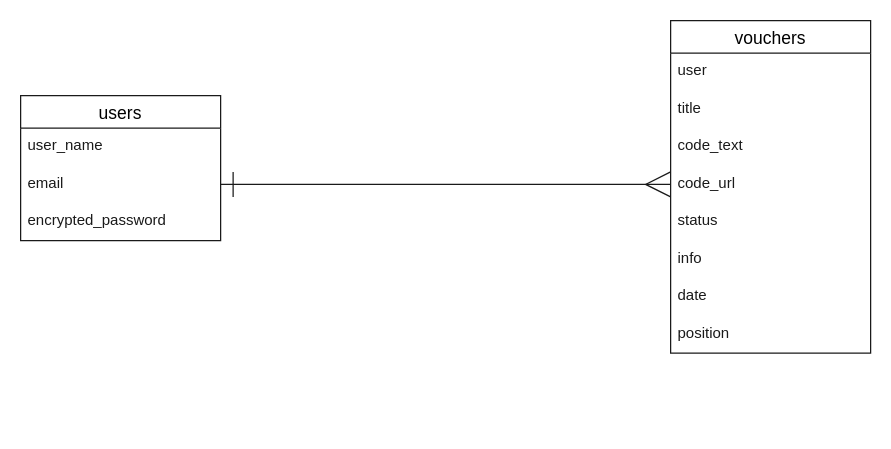
Above: OTOQS_ER.dio in DaiC-S/otoqs (draw.io), before the change. Source tidied: cells renumbered, new cells numbered last; positions are measured from the earlier drawing's top-left corner, leaving out a move shared by most shapes. Both pictures are drawn from the tidied source at 125%, with x=0, y=0 at pixel (20, 20).
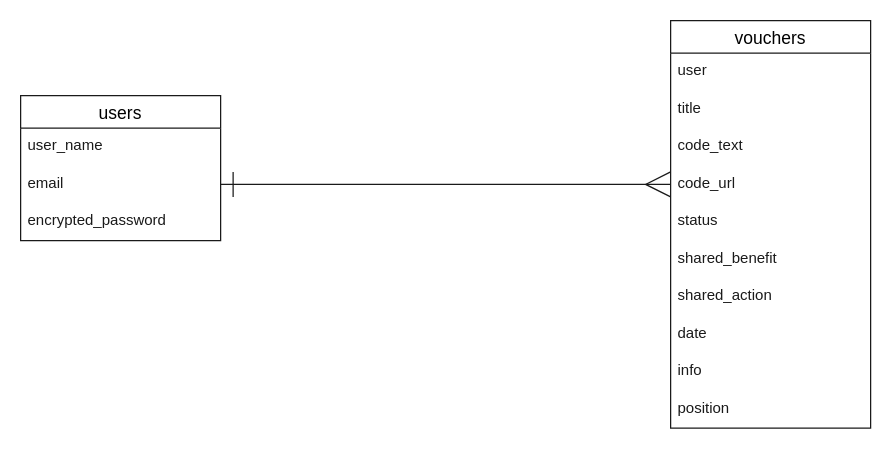
The same page after the edit.

Change to the diagram source:
```diff
@@
 <mxGraphModel background="#ffffff">
   <root>
     <mxCell id="0" />
     <mxCell id="1" parent="0" />
     <mxCell id="2" value="users" style="swimlane;fontStyle=0;horizontal=1;startSize=26;align=center;fontSize=14;strokeColor=#1A1A1A;" parent="1" vertex="1">
       <mxGeometry y="60" width="160" height="116" as="geometry" />
     </mxCell>
     <mxCell id="3" value="user_name" style="text;strokeColor=none;fillColor=none;spacingLeft=4;spacingRight=4;overflow=hidden;fontSize=12;fontColor=#1A1A1A;" parent="2" vertex="1">
       <mxGeometry y="26" width="160" height="30" as="geometry" />
     </mxCell>
     <mxCell id="4" value="email" style="text;strokeColor=none;fillColor=none;spacingLeft=4;spacingRight=4;overflow=hidden;fontSize=12;labelBackgroundColor=none;fontColor=#1A1A1A;" parent="2" vertex="1">
       <mxGeometry y="56" width="160" height="30" as="geometry" />
     </mxCell>
     <mxCell id="5" value="encrypted_password" style="text;strokeColor=none;fillColor=none;spacingLeft=4;spacingRight=4;overflow=hidden;fontSize=12;fontColor=#1A1A1A;" parent="2" vertex="1">
       <mxGeometry y="86" width="160" height="30" as="geometry" />
     </mxCell>
     <mxCell id="6" value="vouchers" style="swimlane;fontStyle=0;horizontal=1;startSize=26;align=center;fontSize=14;strokeColor=#1A1A1A;" parent="1" vertex="1">
-      <mxGeometry x="520" width="160" height="266" as="geometry" />
+      <mxGeometry x="520" width="160" height="326" as="geometry" />
     </mxCell>
     <mxCell id="7" value="user" style="text;strokeColor=none;fillColor=none;spacingLeft=4;spacingRight=4;overflow=hidden;fontSize=12;fontColor=#1A1A1A;" parent="6" vertex="1">
       <mxGeometry y="26" width="160" height="30" as="geometry" />
     </mxCell>
     <mxCell id="8" value="title" style="text;strokeColor=none;fillColor=none;spacingLeft=4;spacingRight=4;overflow=hidden;fontSize=12;fontColor=#1A1A1A;" parent="6" vertex="1">
       <mxGeometry y="56" width="160" height="30" as="geometry" />
     </mxCell>
     <mxCell id="9" value="code_text" style="text;strokeColor=none;fillColor=none;spacingLeft=4;spacingRight=4;overflow=hidden;fontSize=12;fontColor=#1A1A1A;" parent="6" vertex="1">
       <mxGeometry y="86" width="160" height="30" as="geometry" />
     </mxCell>
     <mxCell id="10" value="code_url" style="text;strokeColor=none;fillColor=none;spacingLeft=4;spacingRight=4;overflow=hidden;points=[[0,0.5],[1,0.5]];portConstraint=eastwest;fontSize=12;fontColor=#1A1A1A;" parent="6" vertex="1">
       <mxGeometry y="116" width="160" height="30" as="geometry" />
     </mxCell>
     <mxCell id="11" value="status" style="text;strokeColor=none;fillColor=none;spacingLeft=4;spacingRight=4;overflow=hidden;fontSize=12;fontColor=#1A1A1A;" parent="6" vertex="1">
       <mxGeometry y="146" width="160" height="30" as="geometry" />
     </mxCell>
+    <mxCell id="16" value="shared_benefit" style="text;strokeColor=none;fillColor=none;spacingLeft=4;spacingRight=4;overflow=hidden;fontSize=12;fontColor=#1A1A1A;" parent="6" vertex="1">
+      <mxGeometry y="176" width="160" height="30" as="geometry" />
+    </mxCell>
+    <mxCell id="17" value="shared_action" style="text;strokeColor=none;fillColor=none;spacingLeft=4;spacingRight=4;overflow=hidden;fontSize=12;fontColor=#1A1A1A;" parent="6" vertex="1">
+      <mxGeometry y="206" width="160" height="30" as="geometry" />
+    </mxCell>
+    <mxCell id="13" value="date" style="text;strokeColor=none;fillColor=none;spacingLeft=4;spacingRight=4;overflow=hidden;fontSize=12;fontColor=#1A1A1A;" parent="6" vertex="1">
+      <mxGeometry y="236" width="160" height="30" as="geometry" />
+    </mxCell>
     <mxCell id="12" value="info" style="text;strokeColor=none;fillColor=none;spacingLeft=4;spacingRight=4;overflow=hidden;fontSize=12;fontColor=#1A1A1A;" parent="6" vertex="1">
-      <mxGeometry y="176" width="160" height="30" as="geometry" />
+      <mxGeometry y="266" width="160" height="30" as="geometry" />
     </mxCell>
-    <mxCell id="13" value="date" style="text;strokeColor=none;fillColor=none;spacingLeft=4;spacingRight=4;overflow=hidden;fontSize=12;fontColor=#1A1A1A;" parent="6" vertex="1">
-      <mxGeometry y="206" width="160" height="30" as="geometry" />
-    </mxCell>
     <mxCell id="14" value="position" style="text;strokeColor=none;fillColor=none;spacingLeft=4;spacingRight=4;overflow=hidden;fontSize=12;fontColor=#1A1A1A;" parent="6" vertex="1">
-      <mxGeometry y="236" width="160" height="30" as="geometry" />
+      <mxGeometry y="296" width="160" height="30" as="geometry" />
     </mxCell>
     <mxCell id="15" style="edgeStyle=none;html=1;startArrow=ERmany;startFill=0;endArrow=ERone;endFill=0;strokeWidth=1;startSize=18;endSize=18;exitX=0;exitY=0.5;exitDx=0;exitDy=0;strokeColor=#1A1A1A;" parent="1" edge="1" source="10">
       <mxGeometry relative="1" as="geometry">
         <mxPoint x="160" y="131" as="targetPoint" />
       </mxGeometry>
     </mxCell>
   </root>
 </mxGraphModel>
```
